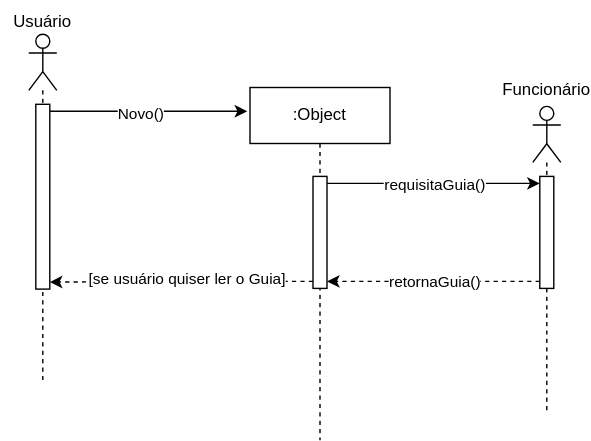
JesCat16/Projeto01_Modelagem_De_Software keeps this draw.io diagram as CScaso13.drawio.svg. Above is the earlier version. Source tidied: cells renumbered, new cells last; positions are measured from the earlier drawing's top-left corner, leaving out a move shared by most shapes. Its diagram source:
```xml
<mxGraphModel background="#ffffff">
  <root>
    <mxCell id="0" />
    <mxCell id="1" parent="0" />
    <mxCell id="2" style="shape=umlLifeline;perimeter=lifelinePerimeter;whiteSpace=wrap;html=1;newEdgeStyle={&quot;curved&quot;:0,&quot;rounded&quot;:0};participant=umlActor;" parent="1" vertex="1">
      <mxGeometry x="20" y="24" width="20" height="250" as="geometry" />
    </mxCell>
    <mxCell id="3" style="edgeStyle=orthogonalEdgeStyle;rounded=0;jettySize=auto;html=1;curved=0;exitX=1;exitY=0;exitDx=0;exitDy=5;exitPerimeter=0;" parent="2" edge="1" source="5">
      <mxGeometry relative="1" as="geometry">
        <mxPoint x="156" y="55" as="targetPoint" />
      </mxGeometry>
    </mxCell>
    <mxCell id="4" value="Novo()" style="edgeLabel;html=1;align=center;verticalAlign=middle;" parent="3" vertex="1">
      <mxGeometry x="-0.1" y="-1" relative="1" as="geometry" />
    </mxCell>
    <mxCell id="5" style="html=1;points=[[0,0,0,0,5],[0,1,0,0,-5],[1,0,0,0,5],[1,1,0,0,-5]];perimeter=orthogonalPerimeter;outlineConnect=0;targetShapes=umlLifeline;portConstraint=eastwest;newEdgeStyle={&quot;curved&quot;:0,&quot;rounded&quot;:0};" parent="2" vertex="1">
      <mxGeometry x="5" y="50" width="10" height="132" as="geometry" />
    </mxCell>
    <mxCell id="6" value=":Object" style="shape=umlLifeline;perimeter=lifelinePerimeter;whiteSpace=wrap;html=1;newEdgeStyle={&quot;curved&quot;:0,&quot;rounded&quot;:0};" parent="1" vertex="1">
      <mxGeometry x="178" y="62" width="100" height="252" as="geometry" />
    </mxCell>
    <mxCell id="7" style="html=1;points=[[0,0,0,0,5],[0,1,0,0,-5],[1,0,0,0,5],[1,1,0,0,-5]];perimeter=orthogonalPerimeter;outlineConnect=0;targetShapes=umlLifeline;portConstraint=eastwest;newEdgeStyle={&quot;curved&quot;:0,&quot;rounded&quot;:0};" parent="6" vertex="1">
      <mxGeometry x="45" y="63.5" width="10" height="80" as="geometry" />
    </mxCell>
    <mxCell id="8" value="Usuário" style="text;html=1;align=center;verticalAlign=middle;whiteSpace=wrap;rounded=0;" parent="1" vertex="1">
      <mxGeometry width="60" height="30" as="geometry" />
    </mxCell>
    <mxCell id="9" style="shape=umlLifeline;perimeter=lifelinePerimeter;whiteSpace=wrap;html=1;newEdgeStyle={&quot;curved&quot;:0,&quot;rounded&quot;:0};participant=umlActor;" parent="1" vertex="1">
      <mxGeometry x="380" y="75.5" width="20" height="218.5" as="geometry" />
    </mxCell>
    <mxCell id="10" style="html=1;points=[[0,0,0,0,5],[0,1,0,0,-5],[1,0,0,0,5],[1,1,0,0,-5]];perimeter=orthogonalPerimeter;outlineConnect=0;targetShapes=umlLifeline;portConstraint=eastwest;newEdgeStyle={&quot;curved&quot;:0,&quot;rounded&quot;:0};" parent="9" vertex="1">
      <mxGeometry x="5" y="50" width="10" height="80" as="geometry" />
    </mxCell>
    <mxCell id="11" value="Funcionário" style="text;html=1;align=center;verticalAlign=middle;whiteSpace=wrap;rounded=0;" parent="1" vertex="1">
      <mxGeometry x="360" y="48.5" width="60" height="30" as="geometry" />
    </mxCell>
    <mxCell id="12" style="edgeStyle=orthogonalEdgeStyle;rounded=0;jettySize=auto;html=1;curved=0;exitX=1;exitY=0;exitDx=0;exitDy=5;exitPerimeter=0;entryX=0;entryY=0;entryDx=0;entryDy=5;entryPerimeter=0;" parent="1" edge="1" source="7" target="10">
      <mxGeometry relative="1" as="geometry" />
    </mxCell>
    <mxCell id="13" value="requisitaGuia()" style="edgeLabel;html=1;align=center;verticalAlign=middle;" parent="12" vertex="1">
      <mxGeometry relative="1" as="geometry">
        <mxPoint y="1" as="offset" />
      </mxGeometry>
    </mxCell>
    <mxCell id="14" style="edgeStyle=orthogonalEdgeStyle;rounded=0;jettySize=auto;html=1;curved=0;exitX=0;exitY=1;exitDx=0;exitDy=-5;exitPerimeter=0;entryX=1;entryY=1;entryDx=0;entryDy=-5;entryPerimeter=0;dashed=1;" parent="1" edge="1" source="10" target="7">
      <mxGeometry relative="1" as="geometry" />
    </mxCell>
    <mxCell id="15" value="retornaGuia()" style="edgeLabel;html=1;align=center;verticalAlign=middle;" parent="14" vertex="1">
      <mxGeometry x="-0.13" y="4" relative="1" as="geometry">
        <mxPoint x="-10" y="-4" as="offset" />
      </mxGeometry>
    </mxCell>
    <mxCell id="16" style="edgeStyle=orthogonalEdgeStyle;rounded=0;jettySize=auto;html=1;curved=0;exitX=0;exitY=1;exitDx=0;exitDy=-5;exitPerimeter=0;entryX=1;entryY=1;entryDx=0;entryDy=-5;entryPerimeter=0;dashed=1;" parent="1" edge="1" source="7" target="5">
      <mxGeometry relative="1" as="geometry" />
    </mxCell>
    <mxCell id="17" value="[se usuário quiser ler o Guia]" style="edgeLabel;html=1;align=center;verticalAlign=middle;" parent="16" vertex="1">
      <mxGeometry x="-0.03" y="-2" relative="1" as="geometry" />
    </mxCell>
  </root>
</mxGraphModel>
```
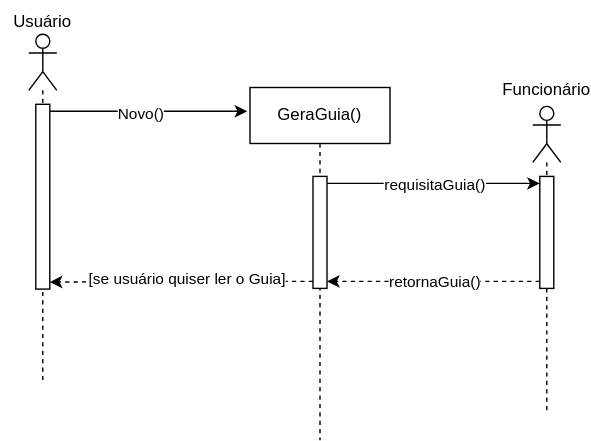
The same diagram one commit later.

The edit, as a diff of the source:
```diff
@@ -16,7 +16,7 @@
     <mxCell id="5" style="html=1;points=[[0,0,0,0,5],[0,1,0,0,-5],[1,0,0,0,5],[1,1,0,0,-5]];perimeter=orthogonalPerimeter;outlineConnect=0;targetShapes=umlLifeline;portConstraint=eastwest;newEdgeStyle={&quot;curved&quot;:0,&quot;rounded&quot;:0};" parent="2" vertex="1">
       <mxGeometry x="5" y="50" width="10" height="132" as="geometry" />
     </mxCell>
-    <mxCell id="6" value=":Object" style="shape=umlLifeline;perimeter=lifelinePerimeter;whiteSpace=wrap;html=1;newEdgeStyle={&quot;curved&quot;:0,&quot;rounded&quot;:0};" parent="1" vertex="1">
+    <mxCell id="6" value="GeraGuia()" style="shape=umlLifeline;perimeter=lifelinePerimeter;whiteSpace=wrap;html=1;newEdgeStyle={&quot;curved&quot;:0,&quot;rounded&quot;:0};" parent="1" vertex="1">
       <mxGeometry x="178" y="62" width="100" height="252" as="geometry" />
     </mxCell>
     <mxCell id="7" style="html=1;points=[[0,0,0,0,5],[0,1,0,0,-5],[1,0,0,0,5],[1,1,0,0,-5]];perimeter=orthogonalPerimeter;outlineConnect=0;targetShapes=umlLifeline;portConstraint=eastwest;newEdgeStyle={&quot;curved&quot;:0,&quot;rounded&quot;:0};" parent="6" vertex="1">
```
